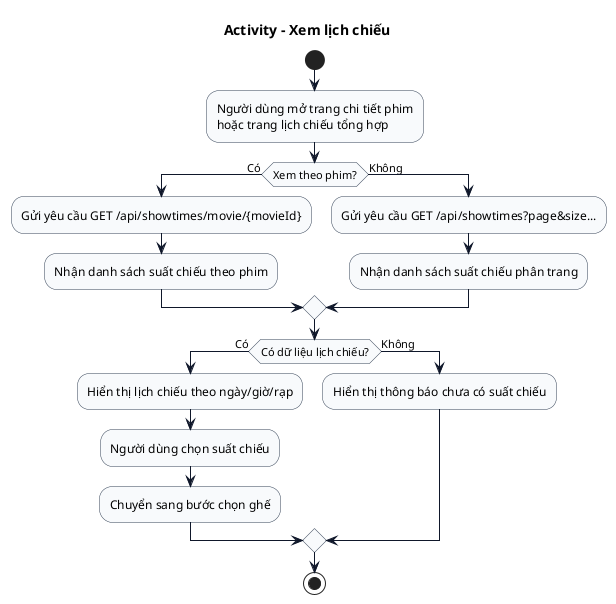
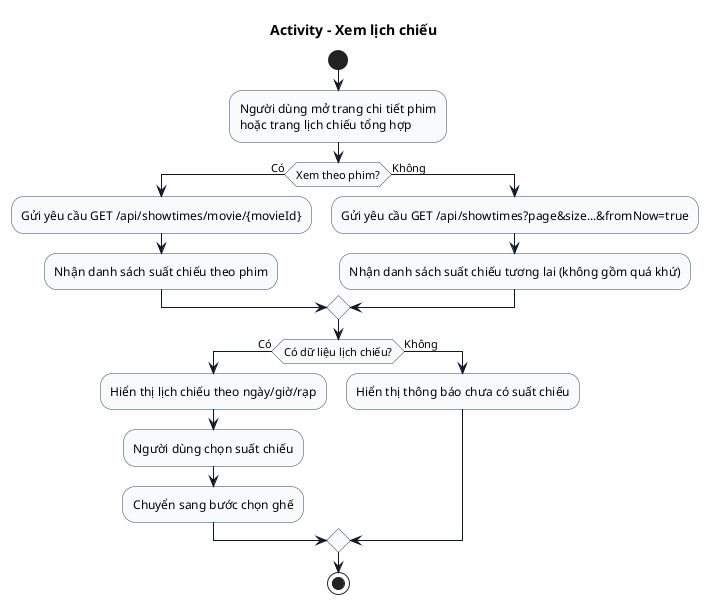
@startuml
skinparam shadowing false
skinparam activity {
  BackgroundColor #F8FAFC
  BorderColor #334155
  ArrowColor #0F172A
}

title Activity - Xem lịch chiếu

start
:Người dùng mở trang chi tiết phim
hoặc trang lịch chiếu tổng hợp;
if (Xem theo phim?) then (Có)
  :Gửi yêu cầu GET /api/showtimes/movie/{movieId};
  :Nhận danh sách suất chiếu theo phim;
else (Không)
-   :Gửi yêu cầu GET /api/showtimes?page&size...;
-   :Nhận danh sách suất chiếu phân trang;
+   :Gửi yêu cầu GET /api/showtimes?page&size...&fromNow=true;
+   :Nhận danh sách suất chiếu tương lai (không gồm quá khứ);
endif
if (Có dữ liệu lịch chiếu?) then (Có)
  :Hiển thị lịch chiếu theo ngày/giờ/rạp;
  :Người dùng chọn suất chiếu;
  :Chuyển sang bước chọn ghế;
else (Không)
  :Hiển thị thông báo chưa có suất chiếu;
endif
stop
@enduml
